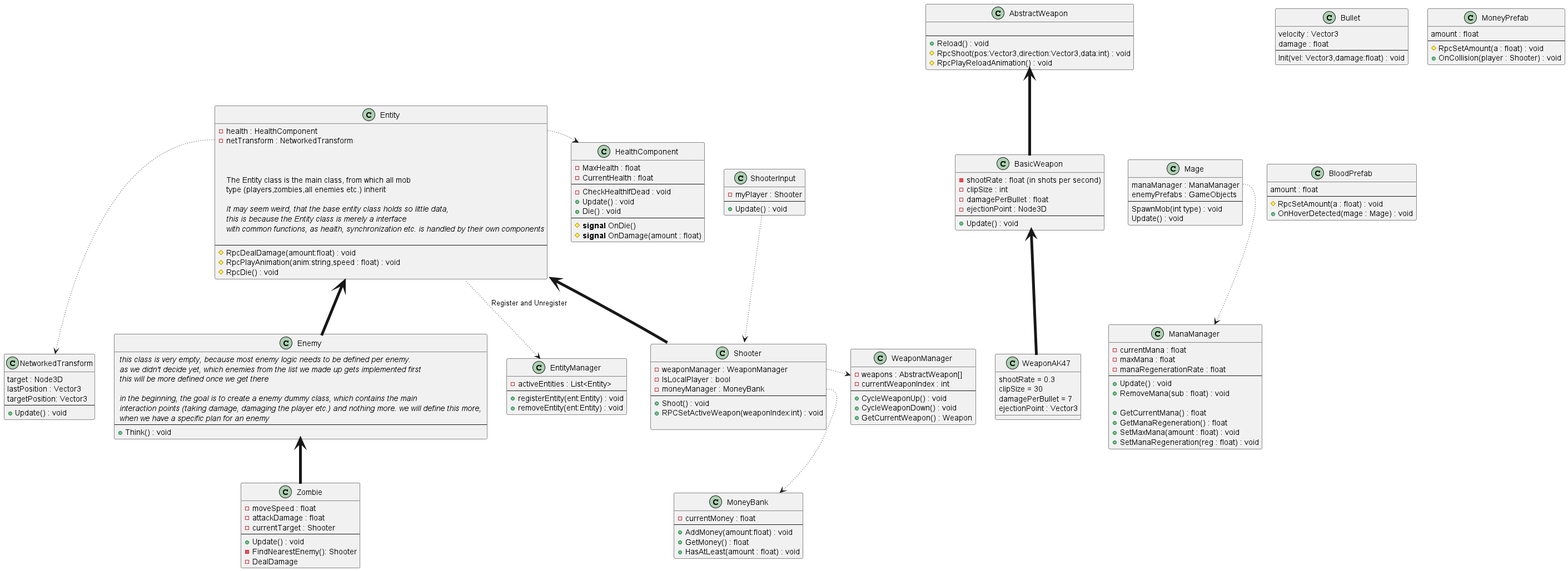
This is Diagrams/NCC-Multibillion-dollar-project.png from Neckar-Code-Collective/Design-Docs, a PlantUML export, as it was before one commit. Source of this version:
```plantuml
@startuml NCC-Multibillion-dollar-project

class Mage {
    manaManager : ManaManager
    enemyPrefabs : GameObjects
    --
    SpawnMob(int type) : void
    Update() : void
}

class Entity {
    - health : HealthComponent
    - netTransform : NetworkedTransform



    The Entity class is the main class, from which all mob
    type (players,zombies,all enemies etc.) inherit

    <i>It may seem weird, that the base entity class holds so little data,</i>
    <i>this is because the Entity class is merely a interface </i>
    <i>with common functions, as health, synchronization etc. is handled by their own components</i>

    --
    # RpcDealDamage(amount:float) : void
    # RpcPlayAnimation(anim:string,speed : float) : void
    # RpcDie() : void
}

class EntityManager {
    - activeEntities : List<Entity>
    --
    + registerEntity(ent:Entity) : void
    + removeEntity(ent:Entity) : void
}

class Shooter {
    - weaponManager : WeaponManager
    - IsLocalPlayer : bool
    - moneyManager : MoneyBank
    --
    + Shoot() : void
    + RPCSetActiveWeapon(weaponIndex:int) : void

}

class Enemy {
    <i> this class is very empty, because most enemy logic needs to be defined per enemy.</i>
    <i> as we didn't decide yet, which enemies from the list we made up gets implemented first</i>
    <i> this will be more defined once we get there</i>

    <i> in the beginning, the goal is to create a enemy dummy class, which contains the main</i>
    <i> interaction points (taking damage, damaging the player etc.) and nothing more. we will define this more, </i>
    <i> when we have a specific plan for an enemy</i>
    --
    + Think() : void
}

class Zombie {
    - moveSpeed : float
    - attackDamage : float
    - currentTarget : Shooter
    --
    + Update() : void
    - FindNearestEnemy(): Shooter
    - DealDamage
}

class HealthComponent {
    - MaxHealth : float
    - CurrentHealth : float
    --
    - CheckHealthIfDead : void
    + Update() : void
    + Die() : void
    --
    # <b>signal</b> OnDie()
    # <b>signal</b> OnDamage(amount : float)
}

class AbstractWeapon {

    --
    + Reload() : void
    # RpcShoot(pos:Vector3,direction:Vector3,data:int) : void
    # RpcPlayReloadAnimation() : void
}

class BasicWeapon {
    - shootRate : float (in shots per second)
    - clipSize : int
    - damagePerBullet : float
    - ejectionPoint : Node3D
    --
    + Update() : void
}

class Bullet {
    velocity : Vector3
    damage : float
    --
    Init(vel: Vector3,damage:float) : void
}

class MoneyPrefab {
    amount : float
    --
    # RpcSetAmount(a : float) : void
    + OnCollision(player : Shooter) : void
}

class BloodPrefab {
    amount : float
    --
    # RpcSetAmount(a : float) : void
    + OnHoverDetected(mage : Mage) : void
}

class ManaManager {
    - currentMana : float
    - maxMana : float
    - manaRegenerationRate : float
    --
    + Update() : void
    + RemoveMana(sub : float) : void

    + GetCurrentMana() : float
    + GetManaRegeneration() : float
    + SetMaxMana(amount : float) : void
    + SetManaRegeneration(reg : float) : void
}

class WeaponManager {
    - weapons : AbstractWeapon[]
    - currentWeaponIndex : int
    --
    + CycleWeaponUp() : void
    + CycleWeaponDown() : void
    + GetCurrentWeapon() : Weapon
}

class MoneyBank {
    - currentMoney : float
    --
    + AddMoney(amount:float) : void
    + GetMoney() : float
    + HasAtLeast(amount : float) : void
}

class NetworkedTransform {
    target : Node3D
    lastPosition : Vector3
    targetPosition: Vector3
    --
    + Update() : void
}

class ShooterInput {
    - myPlayer : Shooter
    --
    + Update() : void
}

class WeaponAK47 {
    shootRate = 0.3
    clipSize = 30
    damagePerBullet = 7
    ejectionPoint : Vector3
}


Shooter -[thickness=5]up-> Entity
Enemy -[thickness=5]up-> Entity
Zombie -[thickness=5]up-> Enemy

Entity::health -[dotted]right-> HealthComponent
Shooter::weaponManager -[dotted]right-> WeaponManager
BasicWeapon -[thickness=5]up-> AbstractWeapon
HealthComponent -[hidden]right-> BasicWeapon
Mage::manaManager -[dotted]-> ManaManager
BasicWeapon -[hidden]right-> Mage

Shooter::moneyManager -[dotted]-> MoneyBank

Entity -[dotted]-> EntityManager : Register and Unregister
ShooterInput -[dotted]-> Shooter

Entity::netTransform -[dotted]-> NetworkedTransform

WeaponAK47 -[thickness=5]up-> BasicWeapon

@enduml
```
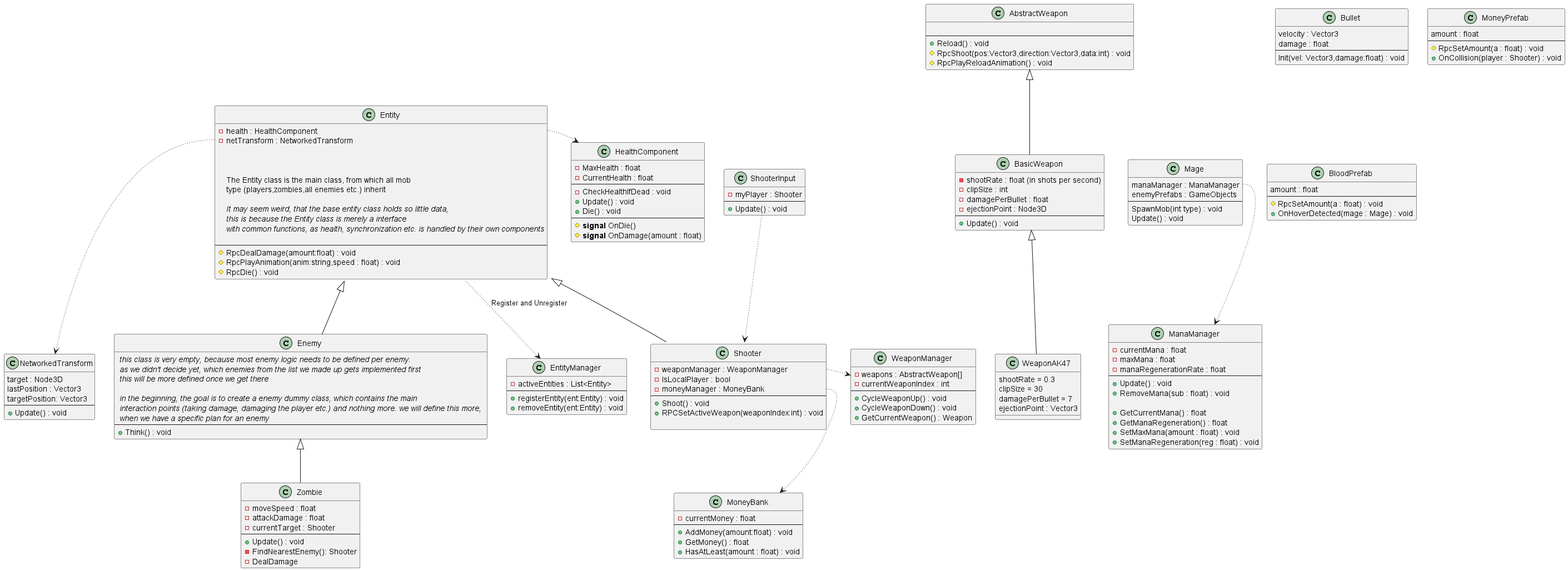
The same file after the commit.

Change to the diagram source:
```diff
@@ -169,13 +169,13 @@
 }
 
 
-Shooter -[thickness=5]up-> Entity
-Enemy -[thickness=5]up-> Entity
-Zombie -[thickness=5]up-> Enemy
+Shooter -up-|> Entity
+Enemy -up-|> Entity
+Zombie -up-|> Enemy
 
 Entity::health -[dotted]right-> HealthComponent
 Shooter::weaponManager -[dotted]right-> WeaponManager
-BasicWeapon -[thickness=5]up-> AbstractWeapon
+BasicWeapon -up-|> AbstractWeapon
 HealthComponent -[hidden]right-> BasicWeapon
 Mage::manaManager -[dotted]-> ManaManager
 BasicWeapon -[hidden]right-> Mage
@@ -187,6 +187,6 @@
 
 Entity::netTransform -[dotted]-> NetworkedTransform
 
-WeaponAK47 -[thickness=5]up-> BasicWeapon
+WeaponAK47 -up-|> BasicWeapon
 
 @enduml
```
